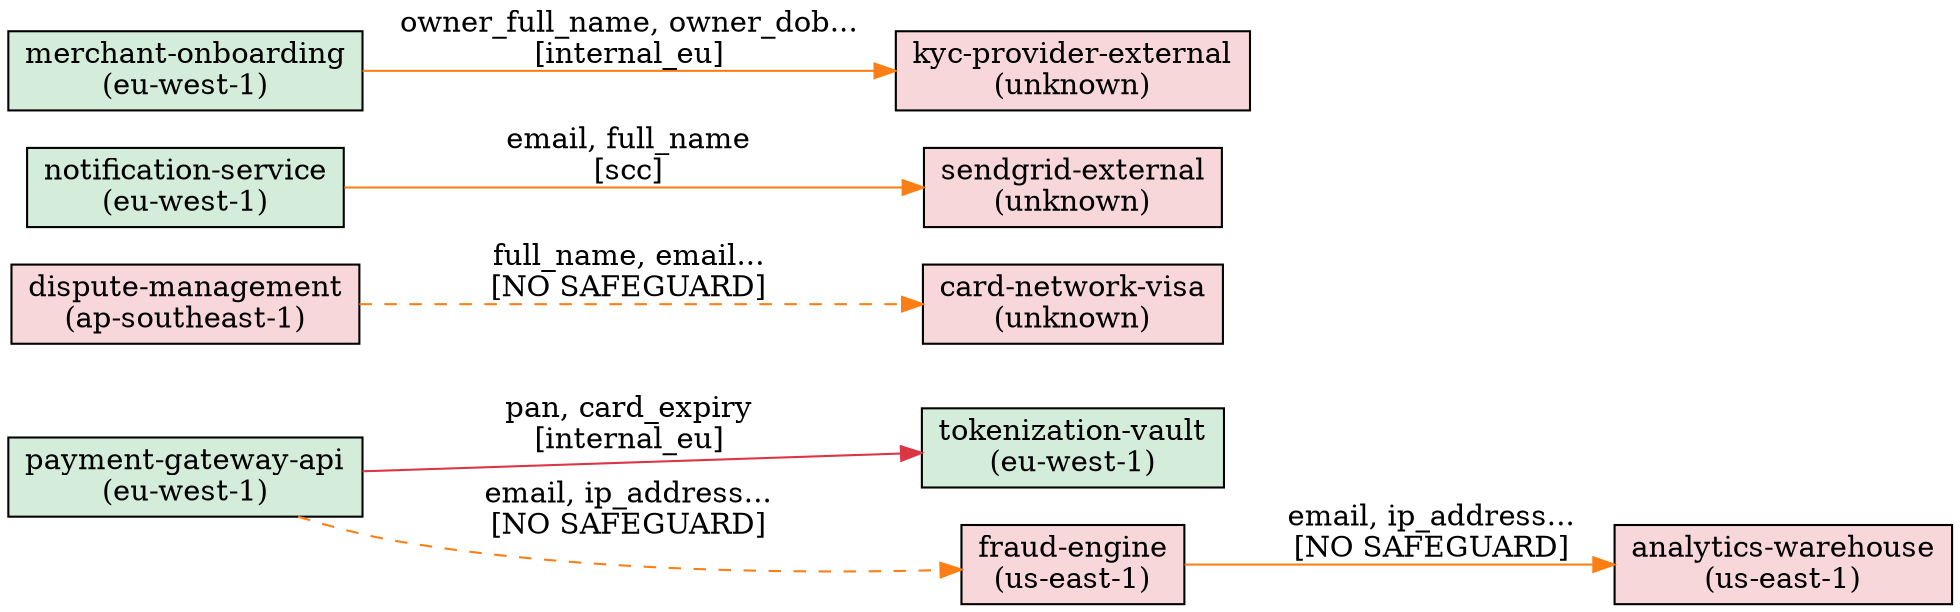
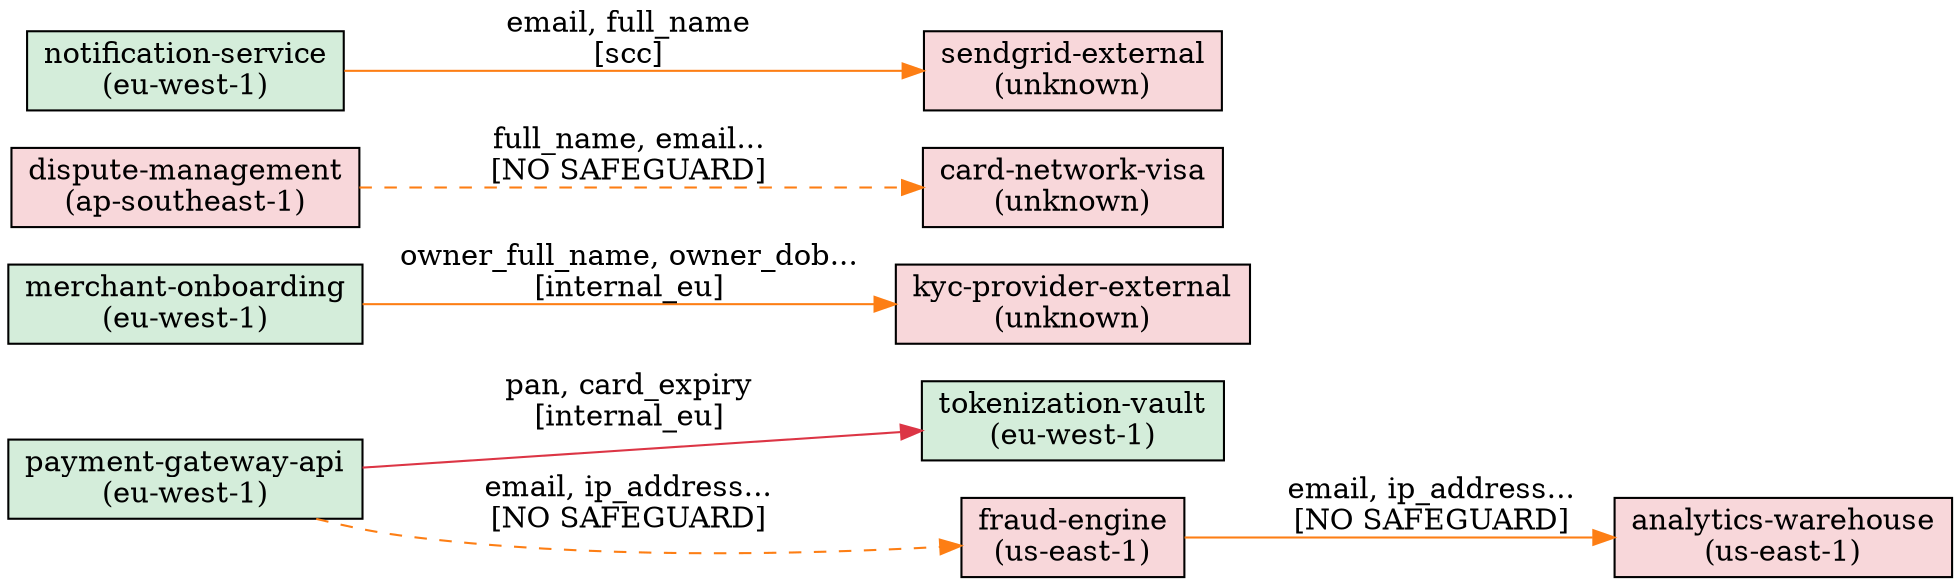
digraph data_flows {
  rankdir=LR;
  node [shape=box, style=filled];

+   "payment-gateway-api" [label="payment-gateway-api\n(eu-west-1)", fillcolor="#d4edda"];
+   "merchant-onboarding" [label="merchant-onboarding\n(eu-west-1)", fillcolor="#d4edda"];
  "tokenization-vault" [label="tokenization-vault\n(eu-west-1)", fillcolor="#d4edda"];
+   "dispute-management" [label="dispute-management\n(ap-southeast-1)", fillcolor="#f8d7da"];
+   "kyc-provider-external" [label="kyc-provider-external\n(unknown)", fillcolor="#f8d7da"];
+   "sendgrid-external" [label="sendgrid-external\n(unknown)", fillcolor="#f8d7da"];
+   "analytics-warehouse" [label="analytics-warehouse\n(us-east-1)", fillcolor="#f8d7da"];
+   "notification-service" [label="notification-service\n(eu-west-1)", fillcolor="#d4edda"];
  "fraud-engine" [label="fraud-engine\n(us-east-1)", fillcolor="#f8d7da"];
-   "dispute-management" [label="dispute-management\n(ap-southeast-1)", fillcolor="#f8d7da"];
-   "payment-gateway-api" [label="payment-gateway-api\n(eu-west-1)", fillcolor="#d4edda"];
-   "sendgrid-external" [label="sendgrid-external\n(unknown)", fillcolor="#f8d7da"];
-   "notification-service" [label="notification-service\n(eu-west-1)", fillcolor="#d4edda"];
-   "merchant-onboarding" [label="merchant-onboarding\n(eu-west-1)", fillcolor="#d4edda"];
  "card-network-visa" [label="card-network-visa\n(unknown)", fillcolor="#f8d7da"];
-   "analytics-warehouse" [label="analytics-warehouse\n(us-east-1)", fillcolor="#f8d7da"];
-   "kyc-provider-external" [label="kyc-provider-external\n(unknown)", fillcolor="#f8d7da"];

  "payment-gateway-api" -> "tokenization-vault" [label="pan, card_expiry\n[internal_eu]", color="#dc3545", style=solid];
  "payment-gateway-api" -> "fraud-engine" [label="email, ip_address...\n[NO SAFEGUARD]", color="#fd7e14", style=dashed];
  "fraud-engine" -> "analytics-warehouse" [label="email, ip_address...\n[NO SAFEGUARD]", color="#fd7e14", style=solid];
  "notification-service" -> "sendgrid-external" [label="email, full_name\n[scc]", color="#fd7e14", style=solid];
  "merchant-onboarding" -> "kyc-provider-external" [label="owner_full_name, owner_dob...\n[internal_eu]", color="#fd7e14", style=solid];
  "dispute-management" -> "card-network-visa" [label="full_name, email...\n[NO SAFEGUARD]", color="#fd7e14", style=dashed];
}
